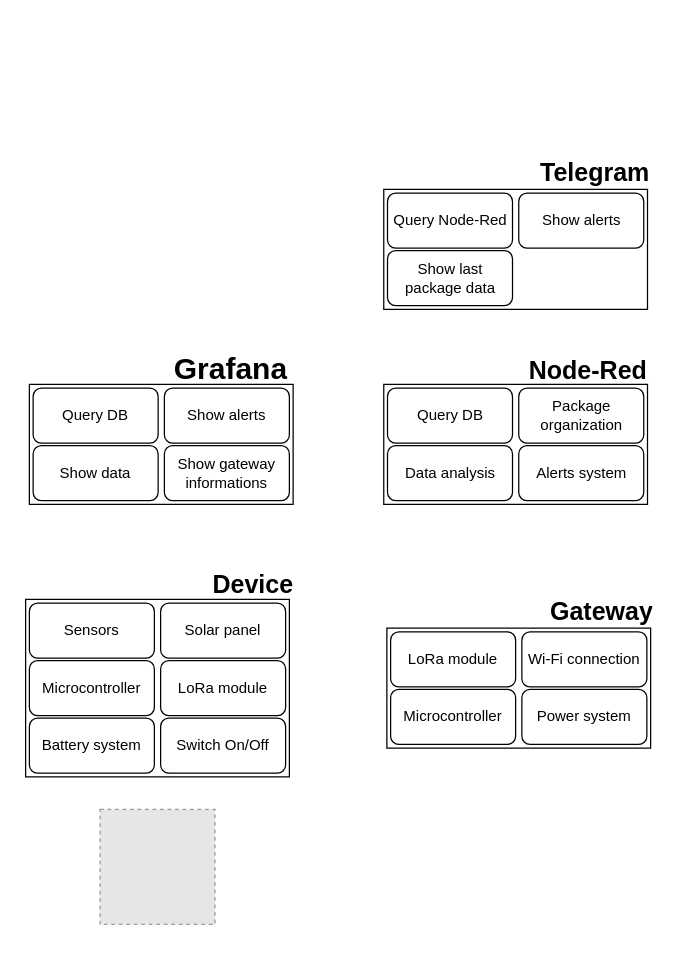
Teusocost/Tracker_IPB keeps this draw.io diagram as MAIN/arquiteture_first.drawio. Above is the earlier version. Source tidied: cells renumbered, new cells numbered last; positions are measured from the earlier drawing's top-left corner, leaving out a move shared by most shapes. Both pictures are drawn from the tidied source at 125%, with x=0, y=0 at pixel (25, 34). Pictures stored in the file or linked from it are replaced by grey dashed boxes.
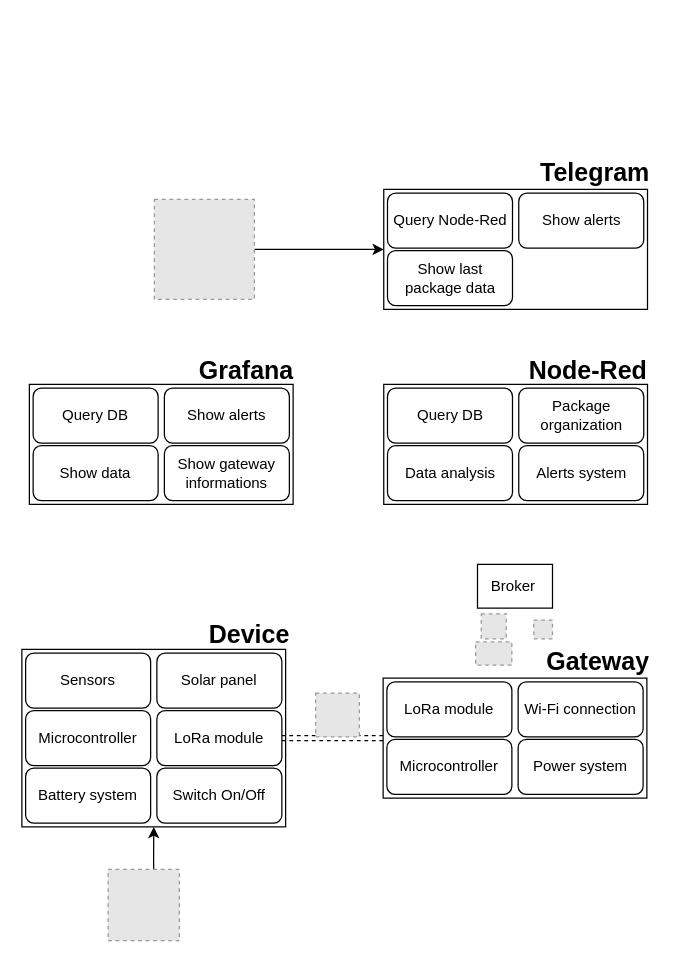
The same diagram, later.

Unchanged cells that the change refers to:
```xml
<mxCell id="31" style="rounded=0;whiteSpace=wrap;html=1;" parent="1" vertex="1">
  <mxGeometry x="286.5" y="124" width="211" height="96" as="geometry" />
</mxCell>
```

What changed in the source:
```diff
@@
     <mxCell id="2" style="rounded=0;whiteSpace=wrap;html=1;" parent="1" vertex="1">
-      <mxGeometry y="452" width="211" height="142" as="geometry" />
+      <mxGeometry x="-3" y="492" width="211" height="142" as="geometry" />
     </mxCell>
     <mxCell id="3" value="&lt;h1&gt;&lt;font style=&quot;font-size: 20px;&quot;&gt;Device&lt;/font&gt;&lt;/h1&gt;" style="text;html=1;strokeColor=none;fillColor=none;spacing=5;spacingTop=-20;whiteSpace=wrap;overflow=hidden;rounded=0;" parent="1" vertex="1">
-      <mxGeometry x="145" y="419" width="90" height="40" as="geometry" />
+      <mxGeometry x="142" y="459" width="90" height="40" as="geometry" />
     </mxCell>
     <mxCell id="4" value="Microcontroller" style="rounded=1;whiteSpace=wrap;html=1;" parent="1" vertex="1">
-      <mxGeometry x="3" y="501" width="100" height="44" as="geometry" />
+      <mxGeometry y="541" width="100" height="44" as="geometry" />
     </mxCell>
     <mxCell id="5" value="Battery system" style="rounded=1;whiteSpace=wrap;html=1;" parent="1" vertex="1">
-      <mxGeometry x="3" y="547" width="100" height="44" as="geometry" />
+      <mxGeometry y="587" width="100" height="44" as="geometry" />
     </mxCell>
@@
     <mxCell id="7" value="&lt;h1&gt;&lt;br&gt;&lt;/h1&gt;" style="text;html=1;strokeColor=none;fillColor=none;spacing=5;spacingTop=-20;whiteSpace=wrap;overflow=hidden;rounded=0;perimeterSpacing=0;" parent="1" vertex="1">
-      <mxGeometry x="161" width="126" height="40" as="geometry" />
+      <mxGeometry x="73" y="110" width="126" height="40" as="geometry" />
     </mxCell>
     <mxCell id="8" value="Sensors" style="rounded=1;whiteSpace=wrap;html=1;" parent="1" vertex="1">
-      <mxGeometry x="3" y="455" width="100" height="44" as="geometry" />
+      <mxGeometry y="495" width="100" height="44" as="geometry" />
     </mxCell>
+    <mxCell id="36" style="edgeStyle=orthogonalEdgeStyle;rounded=0;jettySize=auto;html=1;entryX=0;entryY=0.5;entryDx=0;entryDy=0;shape=link;dashed=1;strokeColor=default;" parent="1" edge="1" source="9" target="12">
+      <mxGeometry relative="1" as="geometry" />
+    </mxCell>
     <mxCell id="9" value="LoRa module" style="rounded=1;whiteSpace=wrap;html=1;" parent="1" vertex="1">
-      <mxGeometry x="108" y="501" width="100" height="44" as="geometry" />
+      <mxGeometry x="105" y="541" width="100" height="44" as="geometry" />
     </mxCell>
     <mxCell id="10" value="Switch On/Off" style="rounded=1;whiteSpace=wrap;html=1;" parent="1" vertex="1">
-      <mxGeometry x="108" y="547" width="100" height="44" as="geometry" />
+      <mxGeometry x="105" y="587" width="100" height="44" as="geometry" />
     </mxCell>
     <mxCell id="11" value="Solar panel" style="rounded=1;whiteSpace=wrap;html=1;" parent="1" vertex="1">
-      <mxGeometry x="108" y="455" width="100" height="44" as="geometry" />
+      <mxGeometry x="105" y="495" width="100" height="44" as="geometry" />
     </mxCell>
     <mxCell id="12" style="rounded=0;whiteSpace=wrap;html=1;" parent="1" vertex="1">
-      <mxGeometry x="289" y="475" width="211" height="96" as="geometry" />
+      <mxGeometry x="286" y="515" width="211" height="96" as="geometry" />
     </mxCell>
     <mxCell id="13" value="&lt;h1 style=&quot;border-color: var(--border-color);&quot;&gt;&lt;font style=&quot;font-size: 20px;&quot;&gt;Gateway&lt;/font&gt;&lt;/h1&gt;" style="text;html=1;strokeColor=none;fillColor=none;spacing=5;spacingTop=-20;whiteSpace=wrap;overflow=hidden;rounded=0;" parent="1" vertex="1">
-      <mxGeometry x="415" y="441" width="105" height="40" as="geometry" />
+      <mxGeometry x="412" y="481" width="105" height="40" as="geometry" />
     </mxCell>
     <mxCell id="14" value="Microcontroller" style="rounded=1;whiteSpace=wrap;html=1;" parent="1" vertex="1">
-      <mxGeometry x="292" y="524" width="100" height="44" as="geometry" />
+      <mxGeometry x="289" y="564" width="100" height="44" as="geometry" />
     </mxCell>
     <mxCell id="15" value="LoRa module" style="rounded=1;whiteSpace=wrap;html=1;" parent="1" vertex="1">
-      <mxGeometry x="292" y="478" width="100" height="44" as="geometry" />
+      <mxGeometry x="289" y="518" width="100" height="44" as="geometry" />
     </mxCell>
     <mxCell id="16" value="Power system" style="rounded=1;whiteSpace=wrap;html=1;" parent="1" vertex="1">
-      <mxGeometry x="397" y="524" width="100" height="44" as="geometry" />
+      <mxGeometry x="394" y="564" width="100" height="44" as="geometry" />
     </mxCell>
     <mxCell id="17" value="Wi-Fi connection" style="rounded=1;whiteSpace=wrap;html=1;" parent="1" vertex="1">
-      <mxGeometry x="397" y="478" width="100" height="44" as="geometry" />
+      <mxGeometry x="394" y="518" width="100" height="44" as="geometry" />
     </mxCell>
-    <mxCell id="18" style="fillColor=#E6E6E6;strokeColor=#999999;dashed=1;verticalLabelPosition=bottom;labelBackgroundColor=default;verticalAlign=top;" parent="1" vertex="1">
-      <mxGeometry x="59.5" y="620" width="92" height="92" as="geometry" />
-    </mxCell>
+    <mxCell id="37" style="edgeStyle=orthogonalEdgeStyle;rounded=0;jettySize=auto;html=1;exitX=0.53;exitY=0.29;exitDx=0;exitDy=0;exitPerimeter=0;entryX=0.5;entryY=1;entryDx=0;entryDy=0;curved=0;" parent="1" edge="1" target="2">
+      <mxGeometry relative="1" as="geometry">
+        <mxPoint x="102.4" y="684.2" as="sourcePoint" />
+        <Array as="points">
+          <mxPoint x="102" y="659" />
+          <mxPoint x="103" y="659" />
+        </Array>
+      </mxGeometry>
+    </mxCell>
@@
-    <mxCell id="26" value="&lt;h1 style=&quot;border-color: var(--border-color);&quot;&gt;Grafana&lt;/h1&gt;" style="text;html=1;strokeColor=none;fillColor=none;spacing=5;spacingTop=-20;whiteSpace=wrap;overflow=hidden;rounded=0;" parent="1" vertex="1">
-      <mxGeometry x="114" y="248" width="105" height="40" as="geometry" />
+    <mxCell id="26" value="&lt;h1 style=&quot;border-color: var(--border-color);&quot;&gt;&lt;font style=&quot;font-size: 20px;&quot;&gt;Grafana&lt;/font&gt;&lt;/h1&gt;" style="text;html=1;strokeColor=none;fillColor=none;spacing=5;spacingTop=-20;whiteSpace=wrap;overflow=hidden;rounded=0;" parent="1" vertex="1">
+      <mxGeometry x="134" y="248" width="105" height="40" as="geometry" />
     </mxCell>
@@
+    <mxCell id="38" style="edgeStyle=orthogonalEdgeStyle;rounded=0;jettySize=auto;html=1;entryX=0;entryY=0.5;entryDx=0;entryDy=0;" parent="1" edge="1" source="39" target="31">
+      <mxGeometry relative="1" as="geometry" />
+    </mxCell>
+    <mxCell id="39" style="fillColor=#E6E6E6;strokeColor=#999999;dashed=1;verticalLabelPosition=bottom;labelBackgroundColor=default;verticalAlign=top;" parent="1" vertex="1">
+      <mxGeometry x="103" y="132" width="80" height="80" as="geometry" />
+    </mxCell>
+    <mxCell id="40" style="fillColor=#E6E6E6;strokeColor=#999999;dashed=1;verticalLabelPosition=bottom;labelBackgroundColor=default;verticalAlign=top;" parent="1" vertex="1">
+      <mxGeometry x="66" y="668" width="57" height="57" as="geometry" />
+    </mxCell>
+    <mxCell id="41" style="fillColor=#E6E6E6;strokeColor=#999999;dashed=1;verticalLabelPosition=bottom;labelBackgroundColor=default;verticalAlign=top;" parent="1" vertex="1">
+      <mxGeometry x="232" y="527" width="35" height="35" as="geometry" />
+    </mxCell>
+    <mxCell id="42" style="fillColor=#E6E6E6;strokeColor=#999999;dashed=1;verticalLabelPosition=bottom;labelBackgroundColor=default;verticalAlign=top;" parent="1" vertex="1">
+      <mxGeometry x="364.5" y="463.5" width="20" height="20" as="geometry" />
+    </mxCell>
+    <mxCell id="43" value="Broker&amp;nbsp;" style="rounded=0;whiteSpace=wrap;html=1;fillColor=none;" parent="1" vertex="1">
+      <mxGeometry x="361.5" y="424" width="60" height="35" as="geometry" />
+    </mxCell>
+    <mxCell id="44" style="fillColor=#E6E6E6;strokeColor=#999999;dashed=1;verticalLabelPosition=bottom;labelBackgroundColor=default;verticalAlign=top;" parent="1" vertex="1">
+      <mxGeometry x="406.5" y="468.5" width="15" height="15" as="geometry" />
+    </mxCell>
+    <mxCell id="45" style="fillColor=#E6E6E6;strokeColor=#999999;dashed=1;verticalLabelPosition=bottom;labelBackgroundColor=default;verticalAlign=top;" parent="1" vertex="1">
+      <mxGeometry x="360" y="486" width="29" height="18.6" as="geometry" />
+    </mxCell>
```
